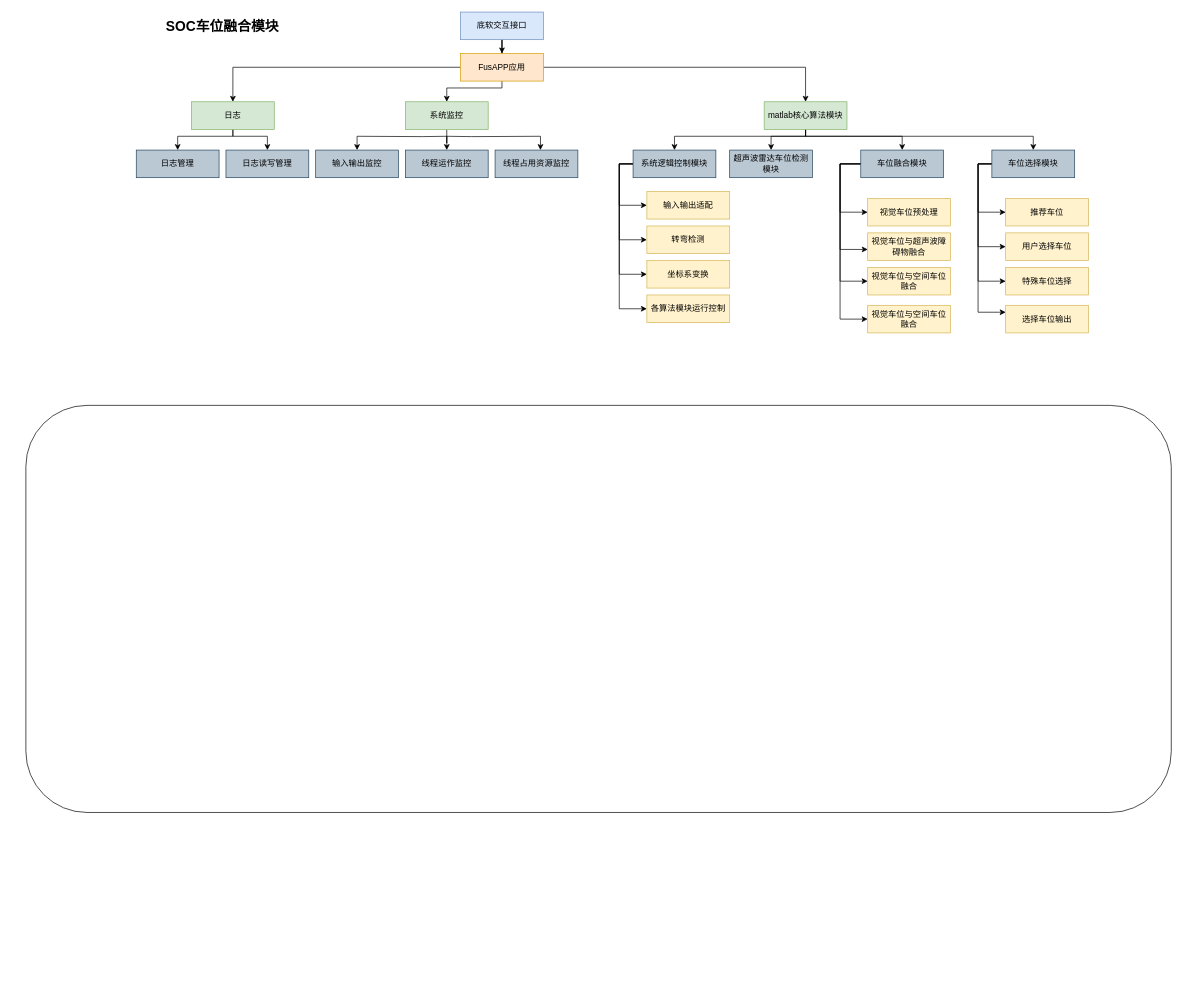
This is apa2.0-carportFusion.drawio from bugquella/diagrams, a draw.io file, before an edit. Source tidied: cells renumbered, new cells numbered last; positions are measured from the earlier drawing's top-left corner, leaving out a move shared by most shapes. Both pictures are drawn from the tidied source at 69%, with x=0, y=0 at pixel (26, 12).
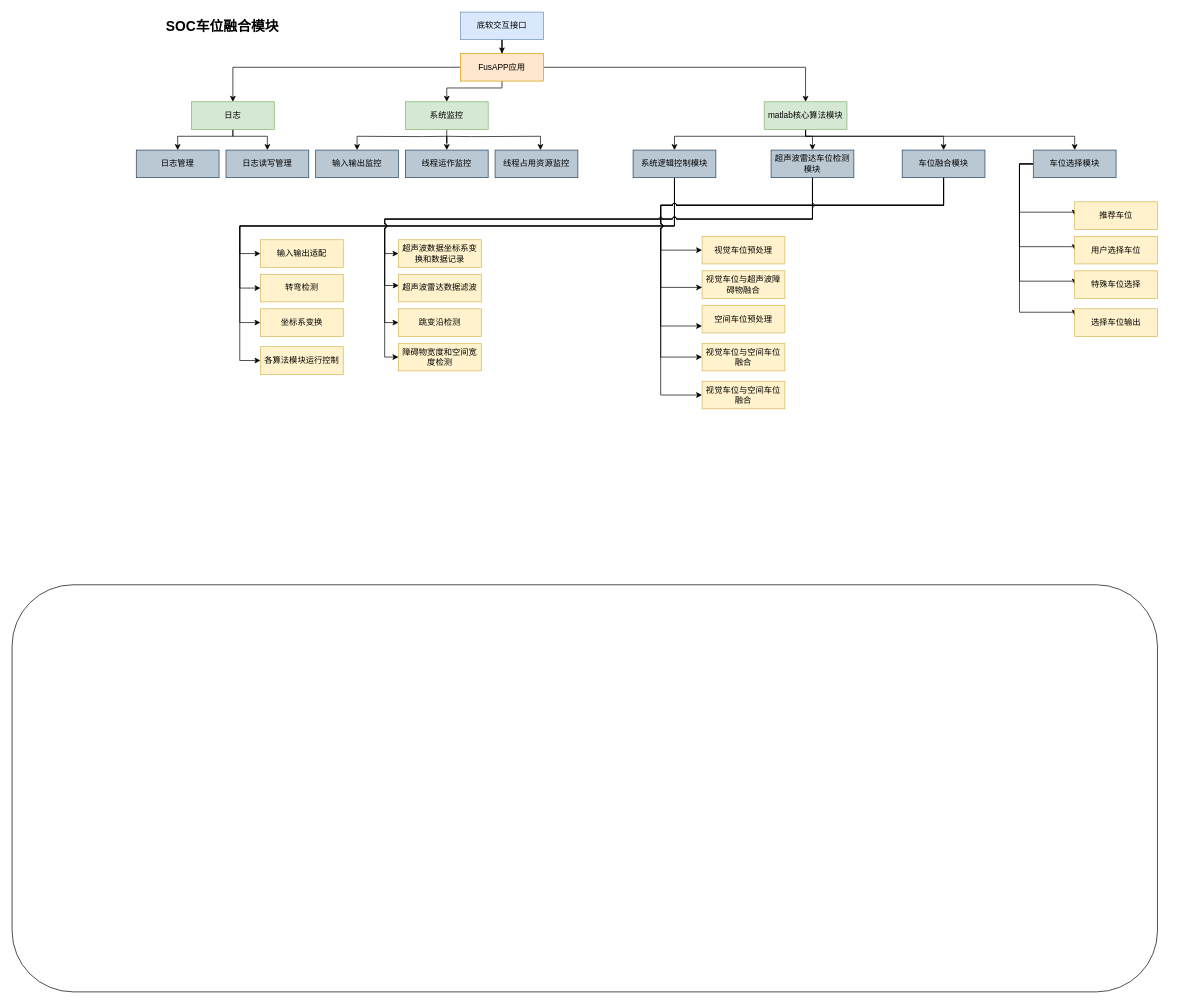
After the change.

The change refers to these unchanged cells:
```xml
<mxCell id="16" value="matlab核心算法模块" style="rounded=0;whiteSpace=wrap;html=1;fillColor=#d5e8d4;strokeColor=#82b366;" parent="1" vertex="1">
  <mxGeometry x="1070" y="130" width="120" height="40" as="geometry" />
</mxCell>
<mxCell id="24" value="系统逻辑控制模块" style="rounded=0;whiteSpace=wrap;html=1;fillColor=#bac8d3;strokeColor=#23445d;" parent="1" vertex="1">
  <mxGeometry x="880" y="200" width="120" height="40" as="geometry" />
</mxCell>
```

Change to the diagram source:
```diff
@@
     <mxCell id="2" style="rounded=1;whiteSpace=wrap;html=1;" parent="1" vertex="1">
-      <mxGeometry y="570" width="1660" height="590" as="geometry" />
+      <mxGeometry x="-20" y="830" width="1660" height="590" as="geometry" />
     </mxCell>
@@
     <mxCell id="13" style="edgeStyle=orthogonalEdgeStyle;rounded=0;jettySize=auto;html=1;entryX=0.5;entryY=0;entryDx=0;entryDy=0;" parent="1" edge="1" source="16" target="25">
       <mxGeometry relative="1" as="geometry">
         <Array as="points">
           <mxPoint x="1130" y="180" />
-          <mxPoint x="1080" y="180" />
+          <mxPoint x="1140" y="180" />
         </Array>
       </mxGeometry>
     </mxCell>
     <mxCell id="14" style="edgeStyle=orthogonalEdgeStyle;rounded=0;jettySize=auto;html=1;entryX=0.5;entryY=0;entryDx=0;entryDy=0;" parent="1" edge="1" source="16" target="29">
       <mxGeometry relative="1" as="geometry">
         <Array as="points">
           <mxPoint x="1130" y="180" />
-          <mxPoint x="1270" y="180" />
+          <mxPoint x="1330" y="180" />
         </Array>
       </mxGeometry>
     </mxCell>
-    <mxCell id="15" style="edgeStyle=orthogonalEdgeStyle;rounded=0;jettySize=auto;html=1;" parent="1" edge="1" source="16" target="34">
+    <mxCell id="15" style="edgeStyle=orthogonalEdgeStyle;rounded=0;jettySize=auto;html=1;entryX=0.5;entryY=0;entryDx=0;entryDy=0;" parent="1" edge="1" source="16" target="34">
       <mxGeometry relative="1" as="geometry">
         <Array as="points">
           <mxPoint x="1130" y="180" />
-          <mxPoint x="1460" y="180" />
+          <mxPoint x="1520" y="180" />
         </Array>
       </mxGeometry>
     </mxCell>
@@
-    <mxCell id="20" style="edgeStyle=orthogonalEdgeStyle;rounded=0;jettySize=auto;html=1;entryX=0;entryY=0.5;entryDx=0;entryDy=0;" parent="1" edge="1" source="24" target="54">
+    <mxCell id="20" style="edgeStyle=orthogonalEdgeStyle;rounded=0;jettySize=auto;html=1;entryX=0;entryY=0.5;entryDx=0;entryDy=0;jumpStyle=arc;" parent="1" edge="1" source="24" target="54">
       <mxGeometry relative="1" as="geometry">
         <Array as="points">
-          <mxPoint x="860" y="220" />
-          <mxPoint x="860" y="430" />
+          <mxPoint x="940" y="310" />
+          <mxPoint x="310" y="310" />
+          <mxPoint x="310" y="505" />
         </Array>
       </mxGeometry>
     </mxCell>
-    <mxCell id="21" style="edgeStyle=orthogonalEdgeStyle;rounded=0;jettySize=auto;html=1;entryX=0;entryY=0.5;entryDx=0;entryDy=0;" parent="1" edge="1" source="24" target="53">
+    <mxCell id="21" style="edgeStyle=orthogonalEdgeStyle;rounded=0;jettySize=auto;html=1;entryX=0;entryY=0.5;entryDx=0;entryDy=0;jumpStyle=arc;" parent="1" edge="1" source="24" target="53">
       <mxGeometry relative="1" as="geometry">
         <Array as="points">
-          <mxPoint x="860" y="220" />
-          <mxPoint x="860" y="380" />
+          <mxPoint x="940" y="310" />
+          <mxPoint x="310" y="310" />
+          <mxPoint x="310" y="450" />
         </Array>
       </mxGeometry>
     </mxCell>
-    <mxCell id="22" style="edgeStyle=orthogonalEdgeStyle;rounded=0;jettySize=auto;html=1;entryX=0;entryY=0.5;entryDx=0;entryDy=0;" parent="1" edge="1" source="24" target="51">
+    <mxCell id="22" style="edgeStyle=orthogonalEdgeStyle;rounded=0;jettySize=auto;html=1;entryX=0;entryY=0.5;entryDx=0;entryDy=0;jumpStyle=arc;" parent="1" edge="1" source="24" target="51">
       <mxGeometry relative="1" as="geometry">
         <Array as="points">
-          <mxPoint x="860" y="220" />
-          <mxPoint x="860" y="330" />
+          <mxPoint x="940" y="310" />
+          <mxPoint x="310" y="310" />
+          <mxPoint x="310" y="400" />
         </Array>
       </mxGeometry>
     </mxCell>
-    <mxCell id="23" style="edgeStyle=orthogonalEdgeStyle;rounded=0;jettySize=auto;html=1;entryX=0;entryY=0.5;entryDx=0;entryDy=0;" parent="1" edge="1" source="24" target="52">
+    <mxCell id="23" style="edgeStyle=orthogonalEdgeStyle;rounded=0;jettySize=auto;html=1;entryX=0;entryY=0.5;entryDx=0;entryDy=0;jumpStyle=arc;" parent="1" edge="1" source="24" target="52">
       <mxGeometry relative="1" as="geometry">
         <Array as="points">
-          <mxPoint x="860" y="220" />
-          <mxPoint x="860" y="280" />
+          <mxPoint x="940" y="310" />
+          <mxPoint x="310" y="310" />
+          <mxPoint x="310" y="350" />
         </Array>
       </mxGeometry>
     </mxCell>
@@
+    <mxCell id="55" style="edgeStyle=orthogonalEdgeStyle;rounded=0;jettySize=auto;html=1;entryX=0;entryY=0.5;entryDx=0;entryDy=0;jumpStyle=arc;" parent="1" edge="1" source="25" target="59">
+      <mxGeometry relative="1" as="geometry">
+        <Array as="points">
+          <mxPoint x="1140" y="300" />
+          <mxPoint x="520" y="300" />
+          <mxPoint x="520" y="350" />
+        </Array>
+      </mxGeometry>
+    </mxCell>
+    <mxCell id="56" style="edgeStyle=orthogonalEdgeStyle;rounded=0;jettySize=auto;html=1;entryX=0;entryY=0.5;entryDx=0;entryDy=0;jumpStyle=arc;" parent="1" edge="1" source="25" target="61">
+      <mxGeometry relative="1" as="geometry">
+        <Array as="points">
+          <mxPoint x="1140" y="300" />
+          <mxPoint x="520" y="300" />
+          <mxPoint x="520" y="450" />
+        </Array>
+      </mxGeometry>
+    </mxCell>
+    <mxCell id="57" style="edgeStyle=orthogonalEdgeStyle;rounded=0;jettySize=auto;html=1;entryX=0;entryY=0.5;entryDx=0;entryDy=0;jumpStyle=arc;" parent="1" edge="1" source="25" target="63">
+      <mxGeometry relative="1" as="geometry">
+        <Array as="points">
+          <mxPoint x="1140" y="300" />
+          <mxPoint x="520" y="300" />
+          <mxPoint x="520" y="500" />
+        </Array>
+      </mxGeometry>
+    </mxCell>
     <mxCell id="25" value="超声波雷达车位检测模块" style="rounded=0;whiteSpace=wrap;html=1;fillColor=#bac8d3;strokeColor=#23445d;" parent="1" vertex="1">
-      <mxGeometry x="1020" y="200" width="120" height="40" as="geometry" />
+      <mxGeometry x="1080" y="200" width="120" height="40" as="geometry" />
     </mxCell>
-    <mxCell id="26" style="edgeStyle=orthogonalEdgeStyle;rounded=0;jettySize=auto;html=1;entryX=0;entryY=0.5;entryDx=0;entryDy=0;" parent="1" edge="1" source="29" target="46">
+    <mxCell id="26" style="edgeStyle=orthogonalEdgeStyle;rounded=0;jettySize=auto;html=1;entryX=0;entryY=0.5;entryDx=0;entryDy=0;jumpStyle=arc;" parent="1" edge="1" source="29" target="46">
       <mxGeometry relative="1" as="geometry">
         <Array as="points">
-          <mxPoint x="1180" y="220" />
-          <mxPoint x="1180" y="290" />
+          <mxPoint x="1330" y="280" />
+          <mxPoint x="920" y="280" />
+          <mxPoint x="920" y="345" />
         </Array>
       </mxGeometry>
     </mxCell>
-    <mxCell id="27" style="edgeStyle=orthogonalEdgeStyle;rounded=0;jettySize=auto;html=1;entryX=0;entryY=0.5;entryDx=0;entryDy=0;" parent="1" edge="1" source="29" target="48">
+    <mxCell id="27" style="edgeStyle=orthogonalEdgeStyle;rounded=0;jettySize=auto;html=1;entryX=0;entryY=0.5;entryDx=0;entryDy=0;jumpStyle=arc;" parent="1" edge="1" source="29" target="48">
       <mxGeometry relative="1" as="geometry">
         <Array as="points">
-          <mxPoint x="1180" y="220" />
-          <mxPoint x="1180" y="390" />
+          <mxPoint x="1330" y="280" />
+          <mxPoint x="920" y="280" />
+          <mxPoint x="920" y="500" />
         </Array>
       </mxGeometry>
     </mxCell>
-    <mxCell id="28" style="edgeStyle=orthogonalEdgeStyle;rounded=0;jettySize=auto;html=1;entryX=0;entryY=0.5;entryDx=0;entryDy=0;" parent="1" edge="1" source="29" target="49">
+    <mxCell id="28" style="edgeStyle=orthogonalEdgeStyle;rounded=0;jettySize=auto;html=1;entryX=0;entryY=0.5;entryDx=0;entryDy=0;jumpStyle=arc;" parent="1" edge="1" source="29" target="49">
       <mxGeometry relative="1" as="geometry">
         <Array as="points">
-          <mxPoint x="1180" y="220" />
-          <mxPoint x="1180" y="445" />
+          <mxPoint x="1330" y="280" />
+          <mxPoint x="920" y="280" />
+          <mxPoint x="920" y="555" />
         </Array>
       </mxGeometry>
     </mxCell>
+    <mxCell id="58" style="edgeStyle=orthogonalEdgeStyle;rounded=0;jettySize=auto;html=1;entryX=0;entryY=0.75;entryDx=0;entryDy=0;jumpStyle=arc;" parent="1" edge="1" source="29" target="62">
+      <mxGeometry relative="1" as="geometry">
+        <Array as="points">
+          <mxPoint x="1330" y="280" />
+          <mxPoint x="920" y="280" />
+          <mxPoint x="920" y="455" />
+        </Array>
+      </mxGeometry>
+    </mxCell>
     <mxCell id="29" value="车位融合模块" style="rounded=0;whiteSpace=wrap;html=1;fillColor=#bac8d3;strokeColor=#23445d;" parent="1" vertex="1">
-      <mxGeometry x="1210" y="200" width="120" height="40" as="geometry" />
+      <mxGeometry x="1270" y="200" width="120" height="40" as="geometry" />
     </mxCell>
     <mxCell id="30" style="edgeStyle=orthogonalEdgeStyle;rounded=0;jettySize=auto;html=1;entryX=0;entryY=0.5;entryDx=0;entryDy=0;" parent="1" edge="1" source="34" target="42">
       <mxGeometry relative="1" as="geometry">
         <Array as="points">
-          <mxPoint x="1380" y="220" />
-          <mxPoint x="1380" y="290" />
+          <mxPoint x="1440" y="220" />
+          <mxPoint x="1440" y="290" />
         </Array>
       </mxGeometry>
     </mxCell>
     <mxCell id="31" style="edgeStyle=orthogonalEdgeStyle;rounded=0;jettySize=auto;html=1;entryX=0;entryY=0.5;entryDx=0;entryDy=0;" parent="1" edge="1" source="34" target="43">
       <mxGeometry relative="1" as="geometry">
         <Array as="points">
-          <mxPoint x="1380" y="220" />
-          <mxPoint x="1380" y="340" />
+          <mxPoint x="1440" y="220" />
+          <mxPoint x="1440" y="340" />
         </Array>
       </mxGeometry>
     </mxCell>
     <mxCell id="32" style="edgeStyle=orthogonalEdgeStyle;rounded=0;jettySize=auto;html=1;entryX=0;entryY=0.5;entryDx=0;entryDy=0;" parent="1" edge="1" source="34" target="44">
       <mxGeometry relative="1" as="geometry">
         <Array as="points">
-          <mxPoint x="1380" y="220" />
-          <mxPoint x="1380" y="390" />
+          <mxPoint x="1440" y="220" />
+          <mxPoint x="1440" y="390" />
         </Array>
       </mxGeometry>
     </mxCell>
     <mxCell id="33" style="edgeStyle=orthogonalEdgeStyle;rounded=0;jettySize=auto;html=1;entryX=0;entryY=0.25;entryDx=0;entryDy=0;" parent="1" edge="1" target="45">
       <mxGeometry relative="1" as="geometry">
-        <mxPoint x="1400" y="220" as="sourcePoint" />
+        <mxPoint x="1460" y="220" as="sourcePoint" />
         <Array as="points">
-          <mxPoint x="1380" y="220" />
-          <mxPoint x="1380" y="435" />
+          <mxPoint x="1440" y="220" />
+          <mxPoint x="1440" y="435" />
         </Array>
       </mxGeometry>
     </mxCell>
     <mxCell id="34" value="车位选择模块" style="rounded=0;whiteSpace=wrap;html=1;fillColor=#bac8d3;strokeColor=#23445d;" parent="1" vertex="1">
-      <mxGeometry x="1400" y="200" width="120" height="40" as="geometry" />
+      <mxGeometry x="1460" y="200" width="120" height="40" as="geometry" />
     </mxCell>
@@
     <mxCell id="42" value="推荐车位" style="rounded=0;whiteSpace=wrap;html=1;fillColor=#fff2cc;strokeColor=#d6b656;" parent="1" vertex="1">
-      <mxGeometry x="1420" y="270" width="120" height="40" as="geometry" />
+      <mxGeometry x="1520" y="275" width="120" height="40" as="geometry" />
     </mxCell>
     <mxCell id="43" value="用户选择车位" style="rounded=0;whiteSpace=wrap;html=1;fillColor=#fff2cc;strokeColor=#d6b656;" parent="1" vertex="1">
-      <mxGeometry x="1420" y="320" width="120" height="40" as="geometry" />
+      <mxGeometry x="1520" y="325" width="120" height="40" as="geometry" />
     </mxCell>
     <mxCell id="44" value="特殊车位选择" style="rounded=0;whiteSpace=wrap;html=1;fillColor=#fff2cc;strokeColor=#d6b656;" parent="1" vertex="1">
-      <mxGeometry x="1420" y="370" width="120" height="40" as="geometry" />
+      <mxGeometry x="1520" y="375" width="120" height="40" as="geometry" />
     </mxCell>
     <mxCell id="45" value="选择车位输出" style="rounded=0;whiteSpace=wrap;html=1;fillColor=#fff2cc;strokeColor=#d6b656;" parent="1" vertex="1">
-      <mxGeometry x="1420" y="425" width="120" height="40" as="geometry" />
+      <mxGeometry x="1520" y="430" width="120" height="40" as="geometry" />
     </mxCell>
     <mxCell id="46" value="视觉车位预处理" style="rounded=0;whiteSpace=wrap;html=1;fillColor=#fff2cc;strokeColor=#d6b656;" parent="1" vertex="1">
-      <mxGeometry x="1220" y="270" width="120" height="40" as="geometry" />
+      <mxGeometry x="980" y="325" width="120" height="40" as="geometry" />
     </mxCell>
     <mxCell id="47" value="视觉车位与超声波障碍物融合" style="rounded=0;whiteSpace=wrap;html=1;fillColor=#fff2cc;strokeColor=#d6b656;" parent="1" vertex="1">
-      <mxGeometry x="1220" y="320" width="120" height="40" as="geometry" />
+      <mxGeometry x="980" y="375" width="120" height="40" as="geometry" />
     </mxCell>
     <mxCell id="48" value="视觉车位与空间车位融合" style="rounded=0;whiteSpace=wrap;html=1;fillColor=#fff2cc;strokeColor=#d6b656;" parent="1" vertex="1">
-      <mxGeometry x="1220" y="370" width="120" height="40" as="geometry" />
+      <mxGeometry x="980" y="480" width="120" height="40" as="geometry" />
     </mxCell>
     <mxCell id="49" value="视觉车位与空间车位融合" style="rounded=0;whiteSpace=wrap;html=1;fillColor=#fff2cc;strokeColor=#d6b656;" parent="1" vertex="1">
-      <mxGeometry x="1220" y="425" width="120" height="40" as="geometry" />
+      <mxGeometry x="980" y="535" width="120" height="40" as="geometry" />
     </mxCell>
-    <mxCell id="50" style="edgeStyle=orthogonalEdgeStyle;rounded=0;jettySize=auto;html=1;entryX=0.001;entryY=0.601;entryDx=0;entryDy=0;entryPerimeter=0;exitX=0;exitY=0.5;exitDx=0;exitDy=0;" parent="1" edge="1" source="29" target="47">
+    <mxCell id="50" style="edgeStyle=orthogonalEdgeStyle;rounded=0;jettySize=auto;html=1;entryX=0.001;entryY=0.601;entryDx=0;entryDy=0;entryPerimeter=0;exitX=0.5;exitY=1;exitDx=0;exitDy=0;jumpStyle=arc;" parent="1" edge="1" source="29" target="47">
       <mxGeometry relative="1" as="geometry">
         <Array as="points">
-          <mxPoint x="1180" y="220" />
-          <mxPoint x="1180" y="344" />
+          <mxPoint x="1330" y="240" />
+          <mxPoint x="1330" y="280" />
+          <mxPoint x="920" y="280" />
+          <mxPoint x="920" y="399" />
         </Array>
       </mxGeometry>
     </mxCell>
     <mxCell id="51" value="转弯检测" style="rounded=0;whiteSpace=wrap;html=1;fillColor=#fff2cc;strokeColor=#d6b656;" parent="1" vertex="1">
-      <mxGeometry x="900" y="310" width="120" height="40" as="geometry" />
+      <mxGeometry x="340" y="380" width="120" height="40" as="geometry" />
     </mxCell>
     <mxCell id="52" value="输入输出适配" style="rounded=0;whiteSpace=wrap;html=1;fillColor=#fff2cc;strokeColor=#d6b656;" parent="1" vertex="1">
-      <mxGeometry x="900" y="260" width="120" height="40" as="geometry" />
+      <mxGeometry x="340" y="330" width="120" height="40" as="geometry" />
     </mxCell>
     <mxCell id="53" value="坐标系变换" style="rounded=0;whiteSpace=wrap;html=1;fillColor=#fff2cc;strokeColor=#d6b656;" parent="1" vertex="1">
-      <mxGeometry x="900" y="360" width="120" height="40" as="geometry" />
+      <mxGeometry x="340" y="430" width="120" height="40" as="geometry" />
     </mxCell>
     <mxCell id="54" value="各算法模块运行控制" style="rounded=0;whiteSpace=wrap;html=1;fillColor=#fff2cc;strokeColor=#d6b656;" parent="1" vertex="1">
-      <mxGeometry x="900" y="410" width="120" height="40" as="geometry" />
+      <mxGeometry x="340" y="485" width="120" height="40" as="geometry" />
     </mxCell>
+    <mxCell id="59" value="超声波数据坐标系变换和数据记录" style="rounded=0;whiteSpace=wrap;html=1;fillColor=#fff2cc;strokeColor=#d6b656;" parent="1" vertex="1">
+      <mxGeometry x="540" y="330" width="120" height="40" as="geometry" />
+    </mxCell>
+    <mxCell id="60" value="超声波雷达数据滤波" style="rounded=0;whiteSpace=wrap;html=1;fillColor=#fff2cc;strokeColor=#d6b656;" parent="1" vertex="1">
+      <mxGeometry x="540" y="380" width="120" height="40" as="geometry" />
+    </mxCell>
+    <mxCell id="61" value="跳变沿检测" style="rounded=0;whiteSpace=wrap;html=1;fillColor=#fff2cc;strokeColor=#d6b656;" parent="1" vertex="1">
+      <mxGeometry x="540" y="430" width="120" height="40" as="geometry" />
+    </mxCell>
+    <mxCell id="62" value="空间车位预处理" style="rounded=0;whiteSpace=wrap;html=1;fillColor=#fff2cc;strokeColor=#d6b656;" parent="1" vertex="1">
+      <mxGeometry x="980" y="425" width="120" height="40" as="geometry" />
+    </mxCell>
+    <mxCell id="63" value="障碍物宽度和空间宽度检测" style="rounded=0;whiteSpace=wrap;html=1;fillColor=#fff2cc;strokeColor=#d6b656;" parent="1" vertex="1">
+      <mxGeometry x="540" y="480" width="120" height="40" as="geometry" />
+    </mxCell>
+    <mxCell id="64" style="edgeStyle=orthogonalEdgeStyle;rounded=0;jettySize=auto;html=1;entryX=0.003;entryY=0.408;entryDx=0;entryDy=0;entryPerimeter=0;jumpStyle=arc;" parent="1" edge="1" source="25" target="60">
+      <mxGeometry relative="1" as="geometry">
+        <Array as="points">
+          <mxPoint x="1140" y="300" />
+          <mxPoint x="520" y="300" />
+          <mxPoint x="520" y="396" />
+        </Array>
+      </mxGeometry>
+    </mxCell>
```
